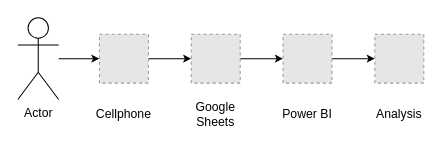
Above: images/gym-dashboard-diagram.drawio in ch-andreatti/gym-dashboard (draw.io), before the change. Source tidied: cells renumbered, new cells numbered last; positions are measured from the earlier drawing's top-left corner, leaving out a move shared by most shapes. Both pictures are drawn from the tidied source at 102%, with x=0, y=0 at pixel (17, 17). Pictures stored in the file or linked from it are replaced by grey dashed boxes.
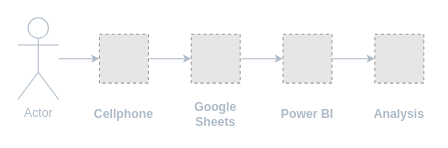
The same diagram, later.

What changed in the source:
```diff
@@
 <mxGraphModel>
   <root>
     <mxCell id="0" />
     <mxCell id="1" parent="0" />
-    <mxCell id="2" style="edgeStyle=orthogonalEdgeStyle;rounded=0;jumpSize=6;jettySize=auto;html=1;endSize=5;" parent="1" edge="1" source="3" target="7">
+    <mxCell id="2" style="edgeStyle=orthogonalEdgeStyle;rounded=0;jumpSize=6;jettySize=auto;html=1;endSize=5;fontColor=#ADBAC7;strokeColor=#ADBAC7;" parent="1" edge="1" source="3" target="7">
       <mxGeometry relative="1" as="geometry" />
     </mxCell>
     <mxCell id="3" style="fillColor=#E6E6E6;strokeColor=#999999;dashed=1;verticalLabelPosition=bottom;labelBackgroundColor=default;verticalAlign=top;" parent="1" vertex="1">
       <mxGeometry x="80" y="16" width="48" height="48" as="geometry" />
     </mxCell>
-    <mxCell id="4" style="edgeStyle=orthogonalEdgeStyle;rounded=0;jumpSize=6;jettySize=auto;html=1;endSize=5;" parent="1" edge="1" source="5" target="3">
+    <mxCell id="4" style="edgeStyle=orthogonalEdgeStyle;rounded=0;jumpSize=6;jettySize=auto;html=1;endSize=5;fontStyle=1;fontColor=#ADBAC7;strokeColor=#ADBAC7;strokeWidth=1;" parent="1" edge="1" source="5" target="3">
       <mxGeometry relative="1" as="geometry" />
     </mxCell>
-    <mxCell id="5" value="Actor" style="shape=umlActor;verticalLabelPosition=bottom;verticalAlign=top;html=1;outlineConnect=0;" parent="1" vertex="1">
+    <mxCell id="5" value="Actor" style="shape=umlActor;verticalLabelPosition=bottom;verticalAlign=top;outlineConnect=0;strokeWidth=1;strokeColor=#ADBAC7;html=1;fontColor=#ADBAC7;" parent="1" vertex="1">
       <mxGeometry width="40" height="80" as="geometry" />
     </mxCell>
-    <mxCell id="6" style="edgeStyle=orthogonalEdgeStyle;rounded=0;jumpSize=6;jettySize=auto;html=1;endSize=5;" parent="1" edge="1" source="7" target="9">
+    <mxCell id="6" style="edgeStyle=orthogonalEdgeStyle;rounded=0;jumpSize=6;jettySize=auto;html=1;endSize=5;strokeColor=#ADBAC7;" parent="1" edge="1" source="7" target="9">
       <mxGeometry relative="1" as="geometry" />
     </mxCell>
     <mxCell id="7" style="fillColor=#E6E6E6;strokeColor=#999999;dashed=1;verticalLabelPosition=bottom;labelBackgroundColor=default;verticalAlign=top;" parent="1" vertex="1">
       <mxGeometry x="170" y="16" width="48" height="48" as="geometry" />
     </mxCell>
-    <mxCell id="8" style="edgeStyle=orthogonalEdgeStyle;rounded=0;jumpSize=6;jettySize=auto;html=1;endSize=5;" parent="1" edge="1" source="9" target="10">
+    <mxCell id="8" style="edgeStyle=orthogonalEdgeStyle;rounded=0;jumpSize=6;jettySize=auto;html=1;endSize=5;strokeColor=#ADBAC7;" parent="1" edge="1" source="9" target="10">
       <mxGeometry relative="1" as="geometry" />
     </mxCell>
     <mxCell id="9" style="fillColor=#E6E6E6;strokeColor=#999999;dashed=1;verticalLabelPosition=bottom;labelBackgroundColor=default;verticalAlign=top;" parent="1" vertex="1">
       <mxGeometry x="260" y="16" width="48" height="48" as="geometry" />
     </mxCell>
     <mxCell id="10" style="fillColor=#E6E6E6;strokeColor=#999999;dashed=1;verticalLabelPosition=bottom;labelBackgroundColor=default;verticalAlign=top;" parent="1" vertex="1">
       <mxGeometry x="350" y="16" width="48" height="48" as="geometry" />
     </mxCell>
-    <mxCell id="11" value="Cellphone" style="text;html=1;strokeColor=none;fillColor=none;align=center;verticalAlign=middle;whiteSpace=wrap;rounded=0;" parent="1" vertex="1">
+    <mxCell id="11" value="Cellphone" style="text;html=1;strokeColor=none;fillColor=none;align=center;verticalAlign=middle;whiteSpace=wrap;rounded=0;fontColor=#ADBAC7;fontStyle=1;" parent="1" vertex="1">
       <mxGeometry x="74" y="80" width="60" height="30" as="geometry" />
     </mxCell>
-    <mxCell id="12" value="Google Sheets" style="text;html=1;strokeColor=none;fillColor=none;align=center;verticalAlign=middle;whiteSpace=wrap;rounded=0;" parent="1" vertex="1">
+    <mxCell id="12" value="Google Sheets" style="text;html=1;strokeColor=none;fillColor=none;align=center;verticalAlign=middle;whiteSpace=wrap;rounded=0;fontStyle=1;fontColor=#ADBAC7;" parent="1" vertex="1">
       <mxGeometry x="164" y="80" width="60" height="30" as="geometry" />
     </mxCell>
-    <mxCell id="13" value="Power BI" style="text;html=1;strokeColor=none;fillColor=none;align=center;verticalAlign=middle;whiteSpace=wrap;rounded=0;" parent="1" vertex="1">
+    <mxCell id="13" value="Power BI" style="text;html=1;strokeColor=none;fillColor=none;align=center;verticalAlign=middle;whiteSpace=wrap;rounded=0;fontColor=#ADBAC7;fontStyle=1;" parent="1" vertex="1">
       <mxGeometry x="254" y="80" width="60" height="30" as="geometry" />
     </mxCell>
-    <mxCell id="14" value="Analysis" style="text;html=1;strokeColor=none;fillColor=none;align=center;verticalAlign=middle;whiteSpace=wrap;rounded=0;" parent="1" vertex="1">
+    <mxCell id="14" value="Analysis" style="text;html=1;strokeColor=none;fillColor=none;align=center;verticalAlign=middle;whiteSpace=wrap;rounded=0;fontColor=#ADBAC7;fontStyle=1;" parent="1" vertex="1">
       <mxGeometry x="344" y="80" width="60" height="30" as="geometry" />
     </mxCell>
   </root>
 </mxGraphModel>
```
